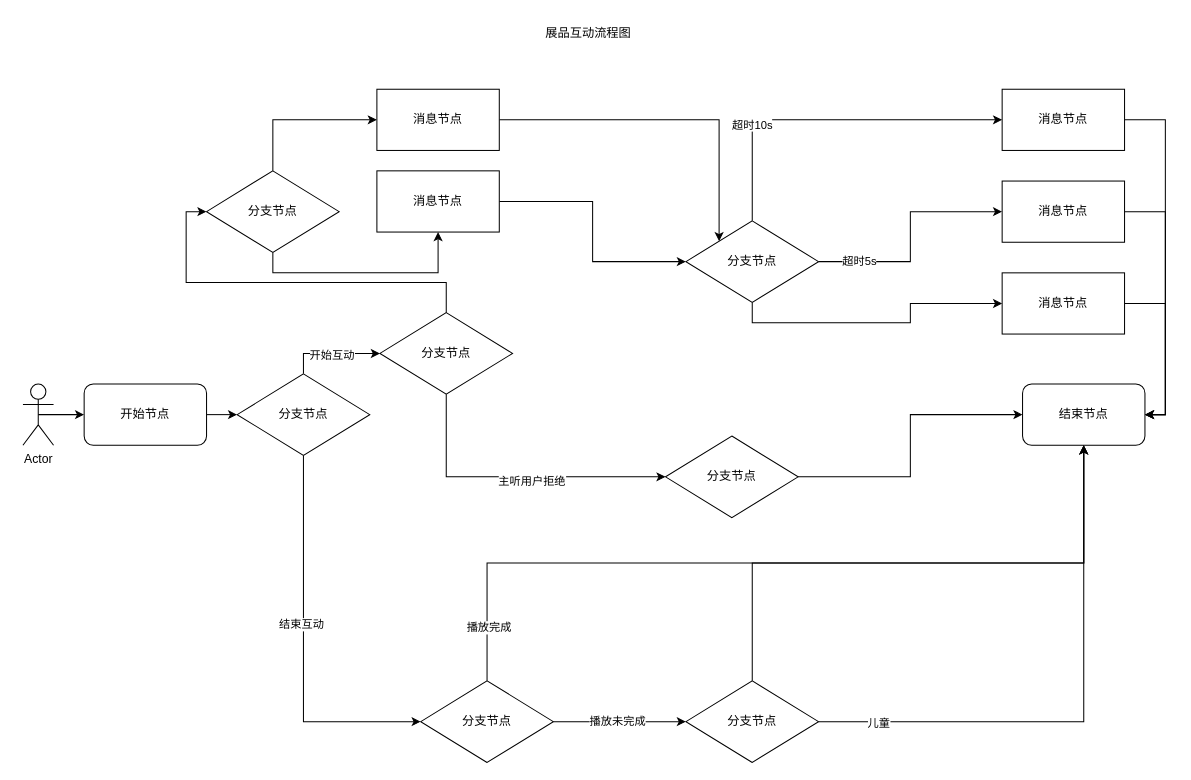
Earlier version of the draw.io diagram 7.展品互动.drawio (huaxiaojilzg/workflow_draw). Source tidied: cells renumbered, new cells numbered last; positions are measured from the earlier drawing's top-left corner, leaving out a move shared by most shapes. Both pictures are drawn from the tidied source at 102%, with x=0, y=0 at pixel (22, 17).
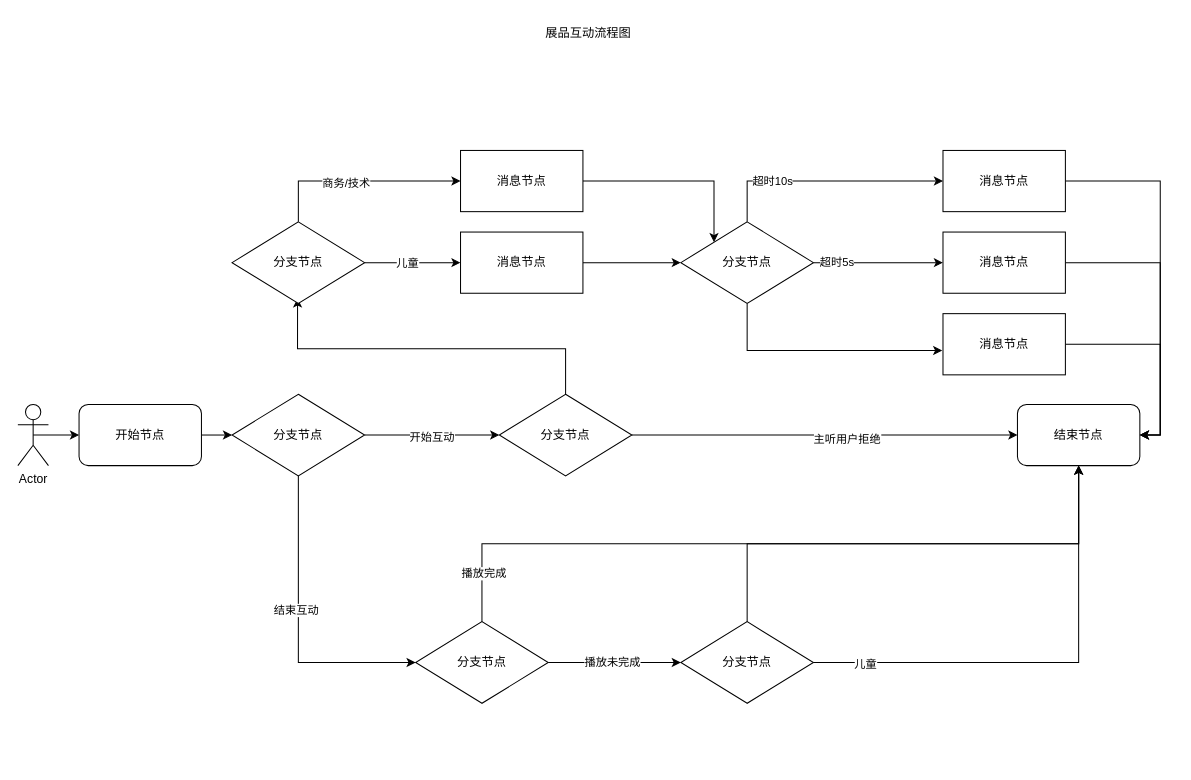
The same page after the edit.

Commit message:
更新7.展品互动.drawio

The change refers to these unchanged cells:
```xml
<mxCell id="36" style="edgeStyle=orthogonalEdgeStyle;rounded=0;jettySize=auto;html=1;exitX=0.5;exitY=0;exitDx=0;exitDy=0;entryX=0;entryY=0.5;entryDx=0;entryDy=0;" parent="1" edge="1" source="35" target="38">
  <mxGeometry relative="1" as="geometry" />
</mxCell>
```

The edit, as a diff of the source:
```diff
@@
     <mxCell id="3" value="Actor" style="shape=umlActor;verticalLabelPosition=bottom;verticalAlign=top;html=1;outlineConnect=0;" parent="1" vertex="1">
-      <mxGeometry y="359" width="30" height="60" as="geometry" />
+      <mxGeometry x="-5" y="379" width="30" height="60" as="geometry" />
     </mxCell>
@@
     <mxCell id="5" value="开始节点" style="rounded=1;whiteSpace=wrap;html=1;" parent="1" vertex="1">
-      <mxGeometry x="60" y="359" width="120" height="60" as="geometry" />
+      <mxGeometry x="55" y="379" width="120" height="60" as="geometry" />
     </mxCell>
-    <mxCell id="6" style="edgeStyle=orthogonalEdgeStyle;rounded=0;jettySize=auto;html=1;exitX=0.5;exitY=0;exitDx=0;exitDy=0;entryX=0;entryY=0.5;entryDx=0;entryDy=0;" parent="1" edge="1" source="15" target="12">
+    <mxCell id="6" style="edgeStyle=orthogonalEdgeStyle;rounded=0;jettySize=auto;html=1;exitX=1;exitY=0.5;exitDx=0;exitDy=0;entryX=0;entryY=0.5;entryDx=0;entryDy=0;" parent="1" edge="1" source="15" target="12">
       <mxGeometry relative="1" as="geometry" />
     </mxCell>
@@
-    <mxCell id="8" style="edgeStyle=orthogonalEdgeStyle;rounded=0;jettySize=auto;html=1;exitX=0.5;exitY=0;exitDx=0;exitDy=0;entryX=0;entryY=0.5;entryDx=0;entryDy=0;" parent="1" edge="1" source="12" target="35">
+    <mxCell id="8" style="edgeStyle=orthogonalEdgeStyle;rounded=0;jettySize=auto;html=1;exitX=0.5;exitY=0;exitDx=0;exitDy=0;entryX=0.494;entryY=0.938;entryDx=0;entryDy=0;entryPerimeter=0;" parent="1" edge="1" source="12" target="35">
       <mxGeometry relative="1" as="geometry" />
     </mxCell>
     <mxCell id="9" value="结束节点" style="rounded=1;whiteSpace=wrap;html=1;" parent="1" vertex="1">
-      <mxGeometry x="980" y="359" width="120" height="60" as="geometry" />
+      <mxGeometry x="975" y="379" width="120" height="60" as="geometry" />
     </mxCell>
-    <mxCell id="10" style="edgeStyle=orthogonalEdgeStyle;rounded=0;jettySize=auto;html=1;exitX=0.5;exitY=1;exitDx=0;exitDy=0;entryX=0;entryY=0.5;entryDx=0;entryDy=0;" parent="1" edge="1" source="12" target="28">
+    <mxCell id="10" style="edgeStyle=orthogonalEdgeStyle;rounded=0;jettySize=auto;html=1;exitX=1;exitY=0.5;exitDx=0;exitDy=0;" parent="1" edge="1" source="12" target="9">
       <mxGeometry relative="1" as="geometry" />
     </mxCell>
@@
     <mxCell id="12" value="分支节点" style="rhombus;whiteSpace=wrap;html=1;" parent="1" vertex="1">
-      <mxGeometry x="350" y="289" width="130" height="80" as="geometry" />
+      <mxGeometry x="467" y="369" width="130" height="80" as="geometry" />
     </mxCell>
@@
     <mxCell id="15" value="分支节点" style="rhombus;whiteSpace=wrap;html=1;" parent="1" vertex="1">
-      <mxGeometry x="210" y="349" width="130" height="80" as="geometry" />
+      <mxGeometry x="205" y="369" width="130" height="80" as="geometry" />
     </mxCell>
@@
     <mxCell id="20" value="分支节点" style="rhombus;whiteSpace=wrap;html=1;direction=west;" parent="1" vertex="1">
-      <mxGeometry x="390" y="650" width="130" height="80" as="geometry" />
+      <mxGeometry x="385" y="592" width="130" height="80" as="geometry" />
     </mxCell>
@@
-    <mxCell id="23" style="edgeStyle=orthogonalEdgeStyle;rounded=0;jettySize=auto;html=1;exitX=0.5;exitY=1;exitDx=0;exitDy=0;" parent="1" edge="1" source="26" target="46">
+    <mxCell id="23" style="edgeStyle=orthogonalEdgeStyle;rounded=0;jettySize=auto;html=1;exitX=0.5;exitY=1;exitDx=0;exitDy=0;entryX=-0.006;entryY=0.602;entryDx=0;entryDy=0;entryPerimeter=0;" parent="1" edge="1" source="26" target="46">
       <mxGeometry relative="1" as="geometry" />
     </mxCell>
-    <mxCell id="24" style="edgeStyle=orthogonalEdgeStyle;rounded=0;jettySize=auto;html=1;exitX=0.5;exitY=0;exitDx=0;exitDy=0;entryX=0;entryY=0.5;entryDx=0;entryDy=0;" parent="1" edge="1" source="26" target="42">
+    <mxCell id="24" style="edgeStyle=orthogonalEdgeStyle;rounded=0;jettySize=auto;html=1;entryX=0;entryY=0.5;entryDx=0;entryDy=0;exitX=0.5;exitY=0;exitDx=0;exitDy=0;" parent="1" edge="1" source="26" target="42">
       <mxGeometry relative="1" as="geometry" />
     </mxCell>
@@
     <mxCell id="26" value="分支节点" style="rhombus;whiteSpace=wrap;html=1;" parent="1" vertex="1">
-      <mxGeometry x="650" y="199" width="130" height="80" as="geometry" />
+      <mxGeometry x="645" y="200" width="130" height="80" as="geometry" />
     </mxCell>
-    <mxCell id="27" style="edgeStyle=orthogonalEdgeStyle;rounded=0;jettySize=auto;html=1;exitX=1;exitY=0.5;exitDx=0;exitDy=0;entryX=0;entryY=0.5;entryDx=0;entryDy=0;" parent="1" edge="1" source="28" target="9">
-      <mxGeometry relative="1" as="geometry" />
-    </mxCell>
-    <mxCell id="28" value="分支节点" style="rhombus;whiteSpace=wrap;html=1;" parent="1" vertex="1">
-      <mxGeometry x="630" y="410" width="130" height="80" as="geometry" />
-    </mxCell>
@@
     <mxCell id="32" value="分支节点" style="rhombus;whiteSpace=wrap;html=1;direction=west;" parent="1" vertex="1">
-      <mxGeometry x="650" y="650" width="130" height="80" as="geometry" />
+      <mxGeometry x="645" y="592" width="130" height="80" as="geometry" />
     </mxCell>
@@
-    <mxCell id="34" style="edgeStyle=orthogonalEdgeStyle;rounded=0;jettySize=auto;html=1;exitX=0.5;exitY=1;exitDx=0;exitDy=0;entryX=0.5;entryY=1;entryDx=0;entryDy=0;" parent="1" edge="1" source="35" target="40">
+    <mxCell id="34" style="edgeStyle=orthogonalEdgeStyle;rounded=0;jettySize=auto;html=1;exitX=1;exitY=0.5;exitDx=0;exitDy=0;entryX=0;entryY=0.5;entryDx=0;entryDy=0;" parent="1" edge="1" source="35" target="40">
       <mxGeometry relative="1" as="geometry" />
     </mxCell>
+    <mxCell id="47" value="儿童" style="edgeLabel;html=1;align=center;verticalAlign=middle;" parent="34" vertex="1">
+      <mxGeometry x="-0.12" relative="1" as="geometry" />
+    </mxCell>
     <mxCell id="35" value="分支节点" style="rhombus;whiteSpace=wrap;html=1;" parent="1" vertex="1">
-      <mxGeometry x="180" y="150" width="130" height="80" as="geometry" />
+      <mxGeometry x="205" y="200" width="130" height="80" as="geometry" />
     </mxCell>
@@
+    <mxCell id="48" value="商务/技术" style="edgeLabel;html=1;align=center;verticalAlign=middle;" parent="36" vertex="1">
+      <mxGeometry x="-0.14" y="-1" relative="1" as="geometry" />
+    </mxCell>
@@
     <mxCell id="38" value="消息节点" style="rounded=0;whiteSpace=wrap;html=1;" parent="1" vertex="1">
-      <mxGeometry x="347" y="70" width="120" height="60" as="geometry" />
+      <mxGeometry x="429" y="130" width="120" height="60" as="geometry" />
     </mxCell>
@@
     <mxCell id="40" value="消息节点" style="rounded=0;whiteSpace=wrap;html=1;" parent="1" vertex="1">
-      <mxGeometry x="347" y="150" width="120" height="60" as="geometry" />
+      <mxGeometry x="429" y="210" width="120" height="60" as="geometry" />
     </mxCell>
@@
     <mxCell id="42" value="消息节点" style="rounded=0;whiteSpace=wrap;html=1;" parent="1" vertex="1">
-      <mxGeometry x="960" y="70" width="120" height="60" as="geometry" />
+      <mxGeometry x="902" y="130" width="120" height="60" as="geometry" />
     </mxCell>
@@
     <mxCell id="44" value="消息节点" style="rounded=0;whiteSpace=wrap;html=1;" parent="1" vertex="1">
-      <mxGeometry x="960" y="160" width="120" height="60" as="geometry" />
+      <mxGeometry x="902" y="210" width="120" height="60" as="geometry" />
     </mxCell>
@@
     <mxCell id="46" value="消息节点" style="rounded=0;whiteSpace=wrap;html=1;" parent="1" vertex="1">
-      <mxGeometry x="960" y="250" width="120" height="60" as="geometry" />
+      <mxGeometry x="902" y="290" width="120" height="60" as="geometry" />
     </mxCell>
```
